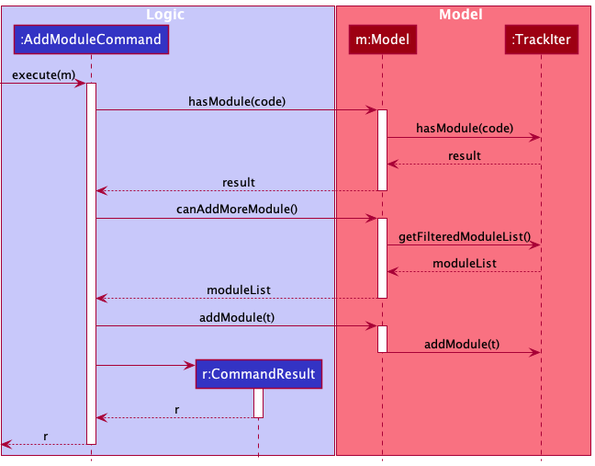
simonteozw/tp keeps this PlantUML diagram as docs/images/AddModuleSequenceDiagram.png. Above is the earlier version.
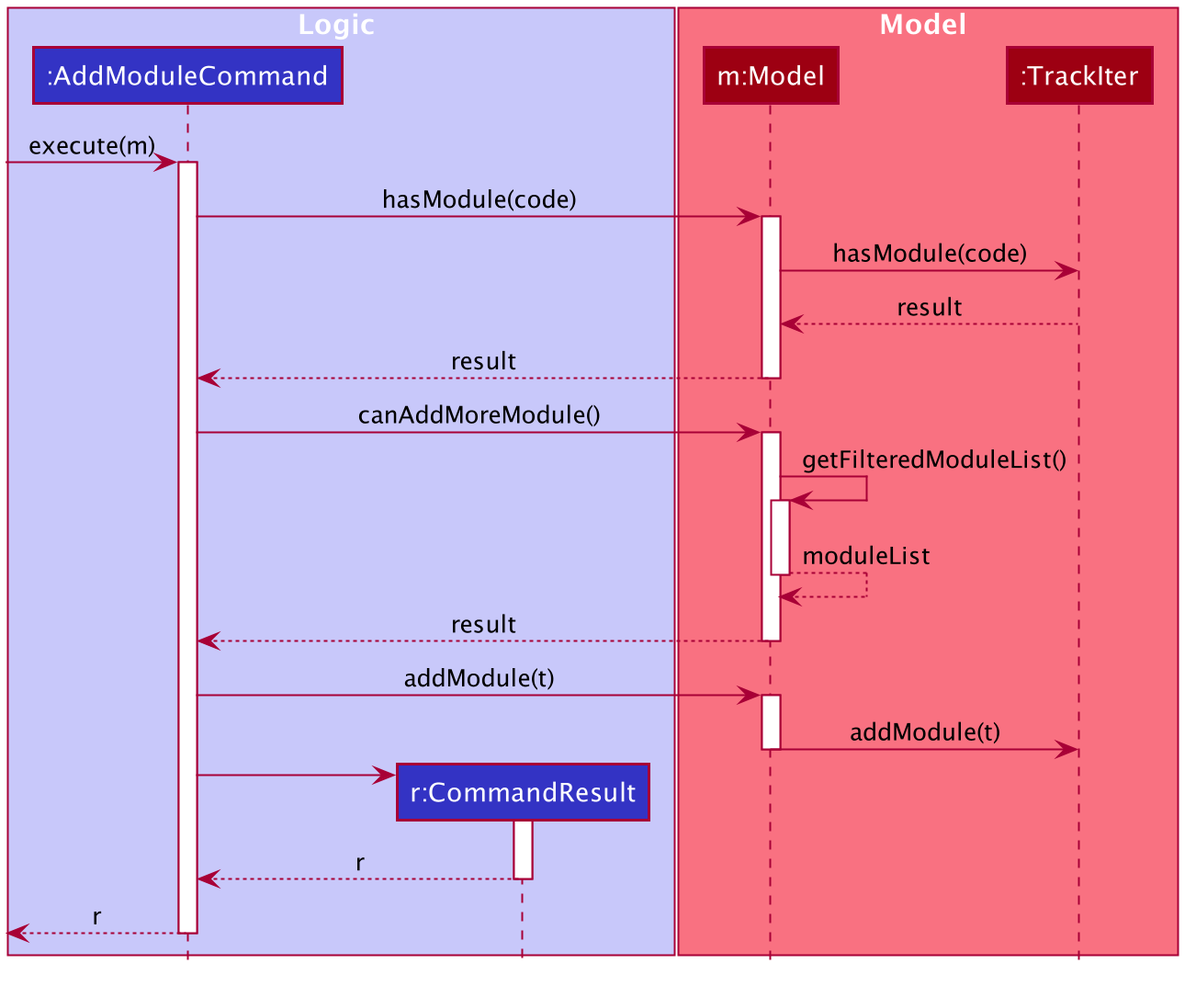
After the change.

What changed in the source:
```diff
@@ -1,14 +1,63 @@
 @startuml
-!include style.puml
 
-box Logic LOGIC_COLOR_T1
-participant ":AddModuleCommand" as AddModuleCommand LOGIC_COLOR
-participant "r:CommandResult" as CommandResult LOGIC_COLOR
+
+
+
+
+
+
+
+skinparam BackgroundColor #FFFFFFF
+
+skinparam Shadowing false
+
+skinparam Class {
+    FontColor #FFFFFF
+    BorderThickness 1
+    BorderColor #FFFFFF
+    StereotypeFontColor #FFFFFF
+    FontName Arial
+    AttributeFontColor #FFFFFF
+    AttributeIconSize 0
+}
+
+skinparam Actor {
+    BorderColor #000000
+    Color #000000
+    FontName Arial
+}
+
+skinparam Sequence {
+    MessageAlign center
+    BoxFontSize 15
+    BoxPadding 0
+    BoxFontColor #FFFFFF
+    FontName Arial
+}
+
+skinparam Participant {
+    FontColor #FFFFFFF
+    Padding 20
+}
+
+skinparam MinClassWidth 50
+skinparam ParticipantPadding 10
+skinparam Shadowing false
+skinparam DefaultTextAlignment center
+skinparam packageStyle Rectangle
+
+hide footbox
+hide members
+hide circle
+
+box Logic #C8C8FA
+participant ":AddModuleCommand" as AddModuleCommand #3333C4
+participant "r:CommandResult" as CommandResult #3333C4
 end box
 
-box Model MODEL_COLOR_T1
-participant "m:Model" as Model MODEL_COLOR
-participant ":TrackIter" as TrackIter MODEL_COLOR
+box Model #F97181
+participant "m:Model" as Model #9D0012
+participant ":TrackIter" as TrackIter #9D0012
 end box
 
 [-> AddModuleCommand : execute(m)
@@ -23,9 +72,11 @@
 
 AddModuleCommand -> Model : canAddMoreModule()
 activate Model
-Model -> TrackIter : getFilteredModuleList()
-TrackIter --> Model : moduleList
-Model --> AddModuleCommand : moduleList
+Model -> Model : getFilteredModuleList()
+activate Model
+Model --> Model : moduleList
+deactivate Model
+Model --> AddModuleCommand : result
 deactivate Model
 
 AddModuleCommand -> Model : addModule(t)
```
